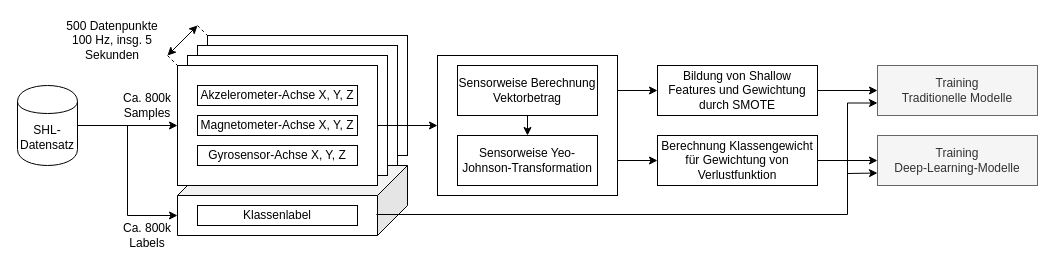
PhilippMatthes/diplom keeps this draw.io diagram as images/vorverarbeitung.drawio. Above is the earlier version. Source tidied: cells renumbered, new cells numbered last; positions are measured from the earlier drawing's top-left corner, leaving out a move shared by most shapes. Both pictures are drawn from the tidied source at 100%, with x=0, y=0 at pixel (17, 25).
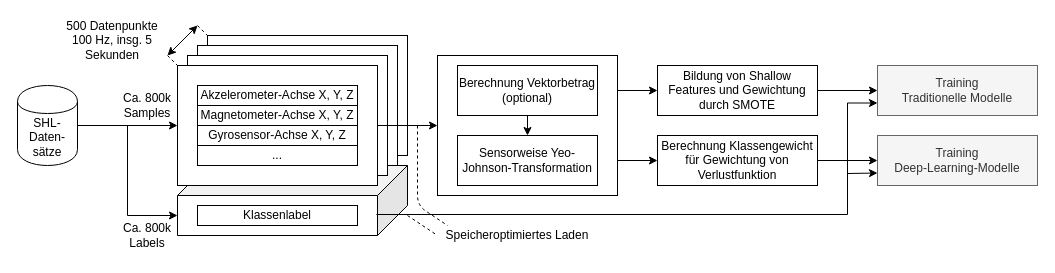
After the change.

Diff of the diagram source:
```diff
@@
     <mxCell id="12" value="Magnetometer-Achse X, Y, Z" style="rounded=0;whiteSpace=wrap;html=1;" parent="1" vertex="1">
-      <mxGeometry x="180" y="90" width="160" height="20" as="geometry" />
+      <mxGeometry x="180" y="80" width="160" height="20" as="geometry" />
     </mxCell>
     <mxCell id="13" value="Gyrosensor-Achse X, Y, Z" style="rounded=0;whiteSpace=wrap;html=1;" parent="1" vertex="1">
-      <mxGeometry x="180" y="120" width="160" height="20" as="geometry" />
+      <mxGeometry x="180" y="100" width="160" height="20" as="geometry" />
     </mxCell>
@@
-    <mxCell id="21" value="SHL-Datensatz" style="shape=cylinder;whiteSpace=wrap;html=1;boundedLbl=1;backgroundOutline=1;" parent="1" vertex="1">
+    <mxCell id="21" value="SHL-Daten-sätze" style="shape=cylinder;whiteSpace=wrap;html=1;boundedLbl=1;backgroundOutline=1;" parent="1" vertex="1">
       <mxGeometry y="60" width="60" height="80" as="geometry" />
     </mxCell>
@@
-    <mxCell id="25" value="Sensorweise Berechnung Vektorbetrag" style="rounded=0;whiteSpace=wrap;html=1;" parent="1" vertex="1">
+    <mxCell id="25" value="Berechnung Vektorbetrag (optional)" style="rounded=0;whiteSpace=wrap;html=1;" parent="1" vertex="1">
       <mxGeometry x="440" y="40" width="140" height="50" as="geometry" />
     </mxCell>
@@
+    <mxCell id="35" value="..." style="rounded=0;whiteSpace=wrap;html=1;" parent="1" vertex="1">
+      <mxGeometry x="180" y="120" width="160" height="20" as="geometry" />
+    </mxCell>
+    <mxCell id="36" value="Speicheroptimiertes Laden" style="text;html=1;strokeColor=none;fillColor=none;align=center;verticalAlign=middle;whiteSpace=wrap;rounded=0;" parent="1" vertex="1">
+      <mxGeometry x="420" y="200" width="160" height="20" as="geometry" />
+    </mxCell>
+    <mxCell id="37" style="endArrow=none;dashed=1;html=1;entryX=0;entryY=0.5;entryDx=0;entryDy=0;" parent="1" edge="1" target="36">
+      <mxGeometry relative="1" as="geometry">
+        <mxPoint x="390" y="190" as="sourcePoint" />
+      </mxGeometry>
+    </mxCell>
+    <mxCell id="38" style="endArrow=none;dashed=1;html=1;" parent="1" edge="1">
+      <mxGeometry relative="1" as="geometry">
+        <mxPoint x="400" y="100" as="sourcePoint" />
+        <mxPoint x="430" y="200" as="targetPoint" />
+        <Array as="points">
+          <mxPoint x="400" y="180" />
+        </Array>
+      </mxGeometry>
+    </mxCell>
```
